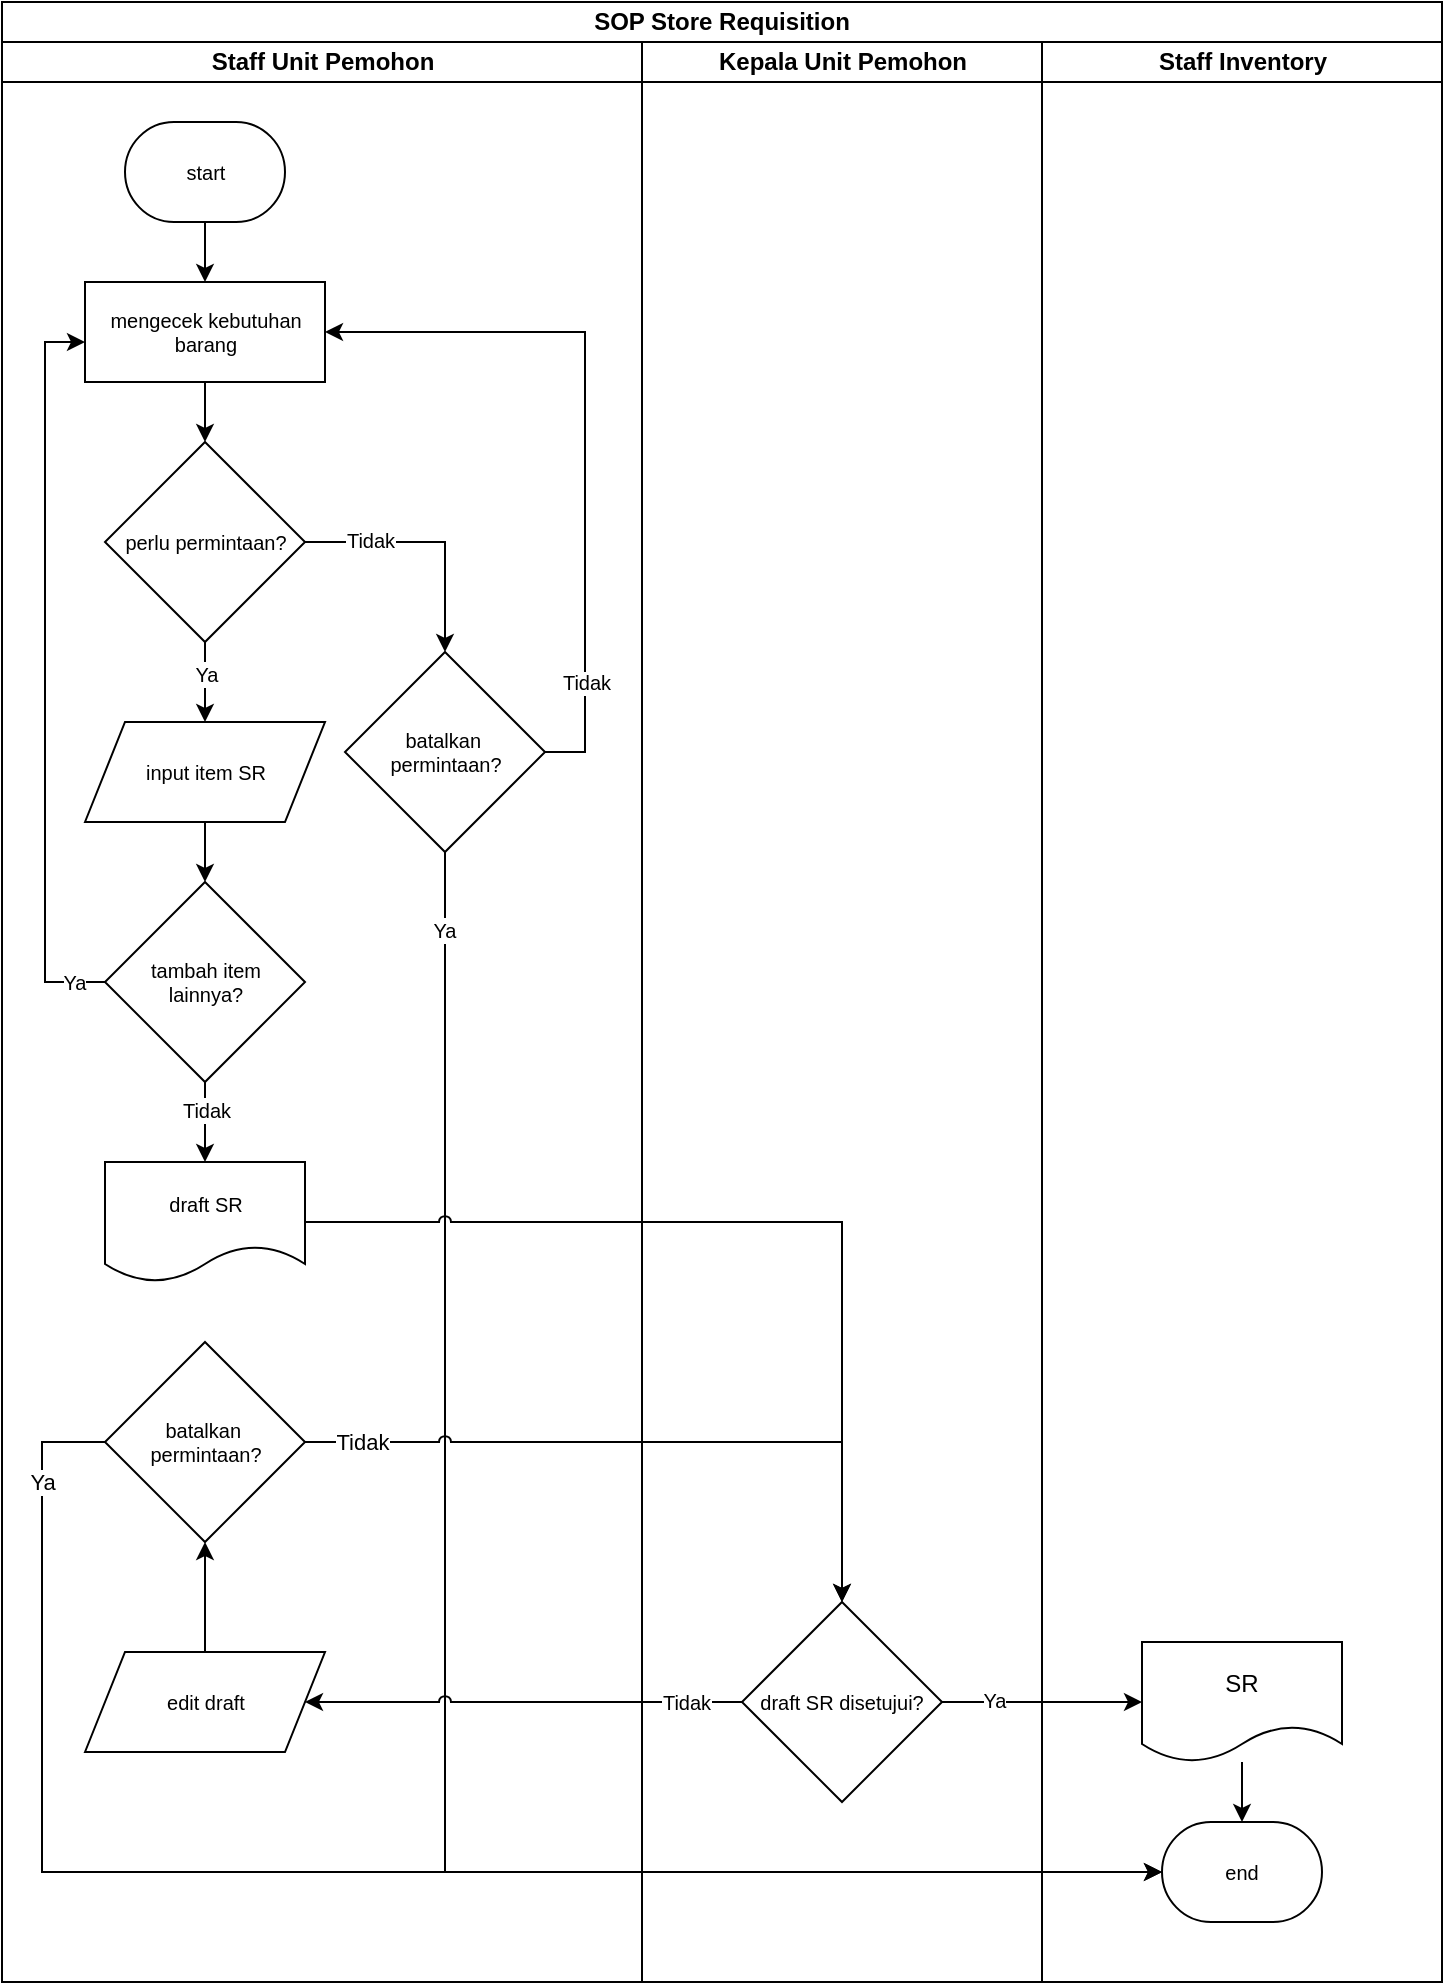
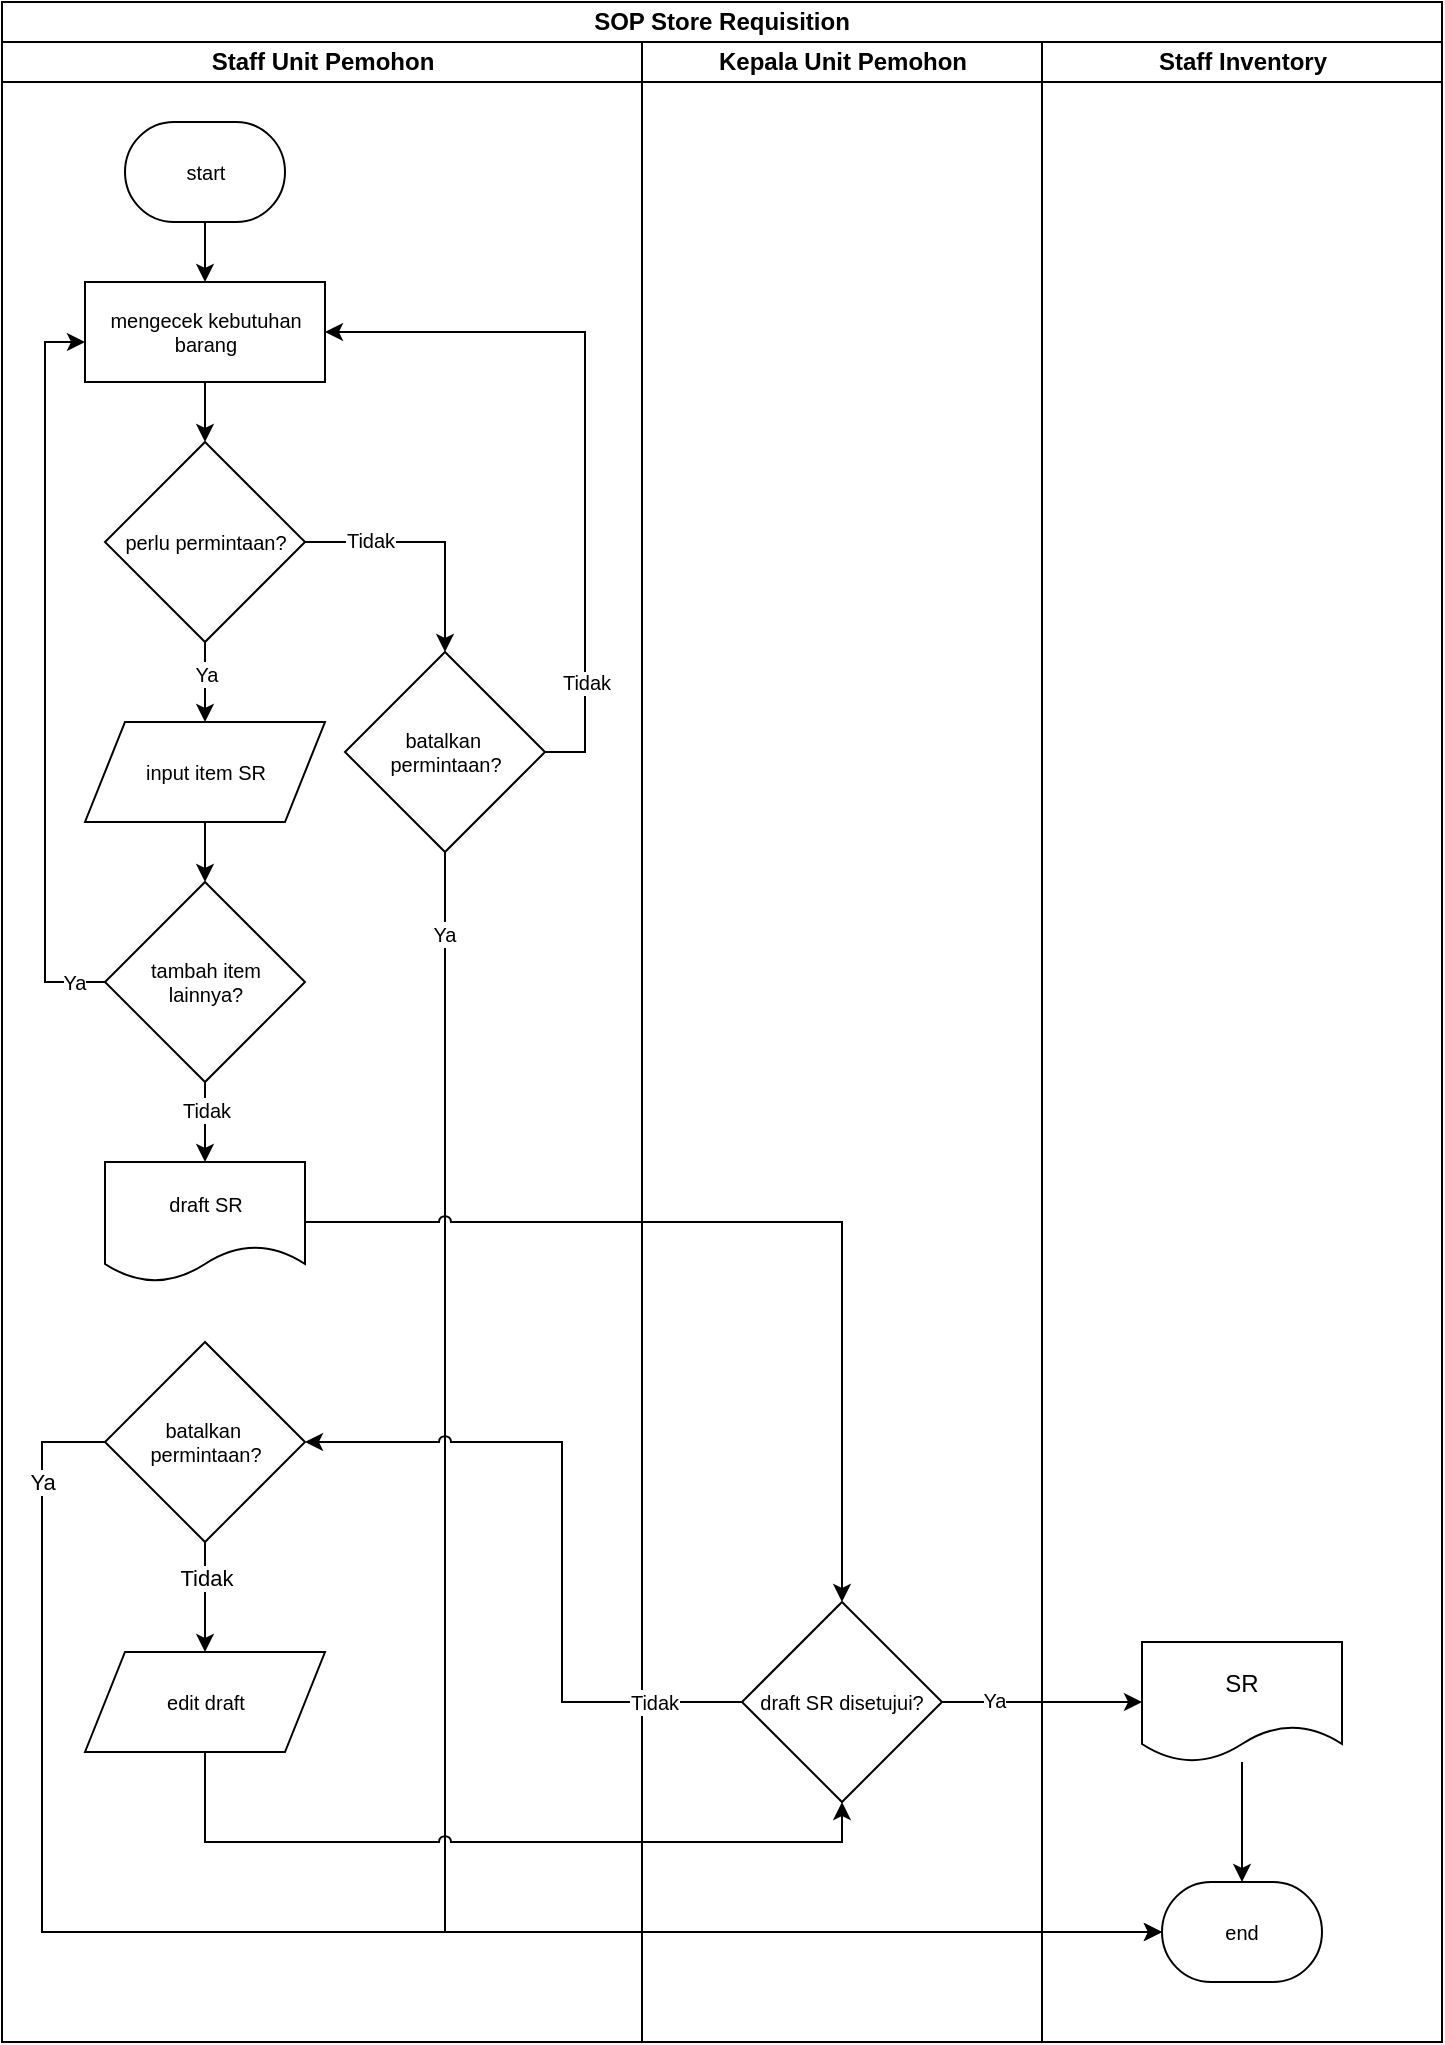
<mxfile host="app.diagrams.net" pages="2">
  <diagram name="SOP SR" id="mYAdajV0IufZudDyt58S">
-     <mxGraphModel dx="673" dy="379" grid="1" gridSize="10" guides="1" tooltips="1" connect="1" arrows="1" fold="1" page="1" pageScale="1" pageWidth="850" pageHeight="1100" math="0" shadow="0">
+     <mxGraphModel dx="1394" dy="786" grid="1" gridSize="10" guides="1" tooltips="1" connect="1" arrows="1" fold="1" page="1" pageScale="1" pageWidth="850" pageHeight="1100" math="0" shadow="0">
      <root>
        <mxCell id="ewqPmyVIHkz6pLOVAfYW-0" />
        <mxCell id="ewqPmyVIHkz6pLOVAfYW-1" parent="ewqPmyVIHkz6pLOVAfYW-0" />
        <mxCell id="ewqPmyVIHkz6pLOVAfYW-2" parent="ewqPmyVIHkz6pLOVAfYW-1" style="swimlane;html=1;childLayout=stackLayout;resizeParent=1;resizeParentMax=0;startSize=20;whiteSpace=wrap;" value="SOP Store Requisition" vertex="1">
-           <mxGeometry height="990" width="720" x="600" y="330" as="geometry">
+           <mxGeometry height="1020" width="720" x="600" y="330" as="geometry">
            <mxRectangle height="30" width="210" x="140" y="110" as="alternateBounds" />
          </mxGeometry>
        </mxCell>
        <mxCell id="ewqPmyVIHkz6pLOVAfYW-3" parent="ewqPmyVIHkz6pLOVAfYW-2" style="swimlane;html=1;startSize=20;" value="Staff Unit Pemohon" vertex="1">
-           <mxGeometry height="970" width="320" y="20" as="geometry" />
+           <mxGeometry height="1000" width="320" y="20" as="geometry" />
        </mxCell>
        <mxCell id="ewqPmyVIHkz6pLOVAfYW-4" parent="ewqPmyVIHkz6pLOVAfYW-3" style="strokeWidth=1;html=1;shape=mxgraph.flowchart.terminator;whiteSpace=wrap;fontSize=10;align=center;horizontal=1;spacing=0;" value="start" vertex="1">
          <mxGeometry height="50" width="80" x="61.5" y="40" as="geometry" />
        </mxCell>
        <mxCell id="ewqPmyVIHkz6pLOVAfYW-5" parent="ewqPmyVIHkz6pLOVAfYW-3" style="rounded=0;whiteSpace=wrap;html=1;absoluteArcSize=1;arcSize=7;strokeWidth=1;fontSize=10;" value="mengecek kebutuhan barang" vertex="1">
          <mxGeometry height="50" width="120" x="41.5" y="120" as="geometry" />
        </mxCell>
        <mxCell id="ewqPmyVIHkz6pLOVAfYW-6" edge="1" parent="ewqPmyVIHkz6pLOVAfYW-3" source="ewqPmyVIHkz6pLOVAfYW-5" style="edgeStyle=orthogonalEdgeStyle;rounded=0;orthogonalLoop=1;jettySize=auto;html=1;" value="">
          <mxGeometry relative="1" as="geometry">
            <mxPoint x="101.5" y="200" as="targetPoint" />
          </mxGeometry>
        </mxCell>
        <mxCell id="ewqPmyVIHkz6pLOVAfYW-7" edge="1" parent="ewqPmyVIHkz6pLOVAfYW-3" source="ewqPmyVIHkz6pLOVAfYW-4" style="edgeStyle=orthogonalEdgeStyle;rounded=0;orthogonalLoop=1;jettySize=auto;html=1;" target="ewqPmyVIHkz6pLOVAfYW-5" value="">
          <mxGeometry relative="1" as="geometry" />
        </mxCell>
        <mxCell id="ewqPmyVIHkz6pLOVAfYW-8" edge="1" parent="ewqPmyVIHkz6pLOVAfYW-3" source="ewqPmyVIHkz6pLOVAfYW-9" style="edgeStyle=orthogonalEdgeStyle;rounded=0;orthogonalLoop=1;jettySize=auto;html=1;entryX=0.5;entryY=0;entryDx=0;entryDy=0;" target="ewqPmyVIHkz6pLOVAfYW-14" value="">
          <mxGeometry relative="1" as="geometry">
            <mxPoint x="101.52564102564111" y="330" as="targetPoint" />
          </mxGeometry>
        </mxCell>
        <mxCell id="OhGSODvtPTQOCyl8h_7D-8" connectable="0" parent="ewqPmyVIHkz6pLOVAfYW-8" style="edgeLabel;html=1;align=center;verticalAlign=middle;resizable=0;points=[];" value="&lt;font style=&quot;font-size: 10px;&quot;&gt;Ya&lt;/font&gt;" vertex="1">
          <mxGeometry relative="1" x="-0.6444" y="-1" as="geometry">
            <mxPoint x="1" y="9" as="offset" />
          </mxGeometry>
        </mxCell>
        <mxCell id="ewqPmyVIHkz6pLOVAfYW-9" parent="ewqPmyVIHkz6pLOVAfYW-3" style="rhombus;whiteSpace=wrap;html=1;fontSize=10;" value="perlu permintaan?" vertex="1">
          <mxGeometry height="100" width="100" x="51.5" y="200" as="geometry" />
        </mxCell>
        <mxCell id="ewqPmyVIHkz6pLOVAfYW-10" edge="1" parent="ewqPmyVIHkz6pLOVAfYW-3" source="ewqPmyVIHkz6pLOVAfYW-14" style="edgeStyle=orthogonalEdgeStyle;rounded=0;orthogonalLoop=1;jettySize=auto;html=1;" target="ewqPmyVIHkz6pLOVAfYW-13" value="">
          <mxGeometry relative="1" as="geometry">
            <Array as="points" />
            <mxPoint x="101.5" y="380" as="sourcePoint" />
          </mxGeometry>
        </mxCell>
        <mxCell id="ewqPmyVIHkz6pLOVAfYW-11" edge="1" parent="ewqPmyVIHkz6pLOVAfYW-3" source="ewqPmyVIHkz6pLOVAfYW-13" style="edgeStyle=orthogonalEdgeStyle;rounded=0;orthogonalLoop=1;jettySize=auto;html=1;" target="ewqPmyVIHkz6pLOVAfYW-5">
          <mxGeometry relative="1" as="geometry">
            <Array as="points">
              <mxPoint x="21.5" y="470" />
              <mxPoint x="21.5" y="150" />
            </Array>
            <mxPoint x="101.5" y="110" as="targetPoint" />
          </mxGeometry>
        </mxCell>
        <mxCell id="OhGSODvtPTQOCyl8h_7D-11" connectable="0" parent="ewqPmyVIHkz6pLOVAfYW-11" style="edgeLabel;html=1;align=center;verticalAlign=middle;resizable=0;points=[];" value="&lt;font style=&quot;font-size: 10px;&quot;&gt;Ya&lt;/font&gt;" vertex="1">
          <mxGeometry relative="1" x="-0.913" as="geometry">
            <mxPoint as="offset" />
          </mxGeometry>
        </mxCell>
        <mxCell id="ewqPmyVIHkz6pLOVAfYW-12" edge="1" parent="ewqPmyVIHkz6pLOVAfYW-3" source="ewqPmyVIHkz6pLOVAfYW-13" style="edgeStyle=orthogonalEdgeStyle;rounded=0;orthogonalLoop=1;jettySize=auto;html=1;entryX=0.5;entryY=0;entryDx=0;entryDy=0;" target="ewqPmyVIHkz6pLOVAfYW-15" value="">
          <mxGeometry relative="1" as="geometry">
            <mxPoint x="101.5" y="550" as="targetPoint" />
          </mxGeometry>
        </mxCell>
        <mxCell id="OhGSODvtPTQOCyl8h_7D-13" connectable="0" parent="ewqPmyVIHkz6pLOVAfYW-12" style="edgeLabel;html=1;align=center;verticalAlign=middle;resizable=0;points=[];" value="&lt;font style=&quot;font-size: 10px;&quot;&gt;Tidak&lt;/font&gt;" vertex="1">
          <mxGeometry relative="1" x="-0.49" y="-1" as="geometry">
            <mxPoint x="1" y="4" as="offset" />
          </mxGeometry>
        </mxCell>
        <mxCell id="ewqPmyVIHkz6pLOVAfYW-13" parent="ewqPmyVIHkz6pLOVAfYW-3" style="rhombus;whiteSpace=wrap;html=1;fontSize=10;" value="tambah item&lt;div&gt;lainnya?&lt;/div&gt;" vertex="1">
          <mxGeometry height="100" width="100" x="51.5" y="420" as="geometry" />
        </mxCell>
        <mxCell id="ewqPmyVIHkz6pLOVAfYW-14" parent="ewqPmyVIHkz6pLOVAfYW-3" style="shape=parallelogram;perimeter=parallelogramPerimeter;whiteSpace=wrap;html=1;fixedSize=1;" value="&lt;div style=&quot;&quot;&gt;&lt;span style=&quot;font-size: 10px;&quot;&gt;input item SR&lt;/span&gt;&lt;/div&gt;" vertex="1">
          <mxGeometry height="50" width="120" x="41.5" y="340" as="geometry" />
        </mxCell>
        <mxCell id="ewqPmyVIHkz6pLOVAfYW-15" parent="ewqPmyVIHkz6pLOVAfYW-3" style="shape=document;whiteSpace=wrap;html=1;boundedLbl=1;" value="&lt;font style=&quot;font-size: 10px;&quot;&gt;draft SR&lt;/font&gt;" vertex="1">
          <mxGeometry height="60" width="100" x="51.5" y="560" as="geometry" />
        </mxCell>
        <mxCell id="ewqPmyVIHkz6pLOVAfYW-18" edge="1" parent="ewqPmyVIHkz6pLOVAfYW-3" source="ewqPmyVIHkz6pLOVAfYW-9" style="edgeStyle=orthogonalEdgeStyle;rounded=0;orthogonalLoop=1;jettySize=auto;html=1;" target="ewqPmyVIHkz6pLOVAfYW-20">
          <mxGeometry relative="1" as="geometry">
            <Array as="points">
              <mxPoint x="221.5" y="250" />
            </Array>
          </mxGeometry>
        </mxCell>
        <mxCell id="OhGSODvtPTQOCyl8h_7D-7" connectable="0" parent="ewqPmyVIHkz6pLOVAfYW-18" style="edgeLabel;html=1;align=center;verticalAlign=middle;resizable=0;points=[];" value="&lt;span style=&quot;font-size: 10px; white-space: normal;&quot;&gt;Tidak&lt;/span&gt;" vertex="1">
          <mxGeometry relative="1" x="-0.4896" y="1" as="geometry">
            <mxPoint as="offset" />
          </mxGeometry>
        </mxCell>
        <mxCell id="ewqPmyVIHkz6pLOVAfYW-19" edge="1" parent="ewqPmyVIHkz6pLOVAfYW-3" source="ewqPmyVIHkz6pLOVAfYW-20" style="edgeStyle=orthogonalEdgeStyle;rounded=0;orthogonalLoop=1;jettySize=auto;html=1;" target="ewqPmyVIHkz6pLOVAfYW-5">
          <mxGeometry relative="1" as="geometry">
            <Array as="points">
              <mxPoint x="291.5" y="355" />
              <mxPoint x="291.5" y="145" />
            </Array>
          </mxGeometry>
        </mxCell>
        <mxCell id="OhGSODvtPTQOCyl8h_7D-6" connectable="0" parent="ewqPmyVIHkz6pLOVAfYW-19" style="edgeLabel;html=1;align=center;verticalAlign=middle;resizable=0;points=[];fontSize=10;" value="Tidak" vertex="1">
          <mxGeometry relative="1" x="-0.5585" as="geometry">
            <mxPoint y="24" as="offset" />
          </mxGeometry>
        </mxCell>
        <mxCell id="ewqPmyVIHkz6pLOVAfYW-20" parent="ewqPmyVIHkz6pLOVAfYW-3" style="rhombus;whiteSpace=wrap;html=1;fontSize=10;" value="batalkan&amp;nbsp;&lt;div&gt;permintaan?&lt;/div&gt;" vertex="1">
          <mxGeometry height="100" width="100" x="171.5" y="305" as="geometry" />
        </mxCell>
+         <mxCell id="OhGSODvtPTQOCyl8h_7D-17" edge="1" parent="ewqPmyVIHkz6pLOVAfYW-3" source="OhGSODvtPTQOCyl8h_7D-0" style="edgeStyle=orthogonalEdgeStyle;rounded=0;orthogonalLoop=1;jettySize=auto;html=1;entryX=0.5;entryY=0;entryDx=0;entryDy=0;" target="ewqPmyVIHkz6pLOVAfYW-17">
+           <mxGeometry relative="1" as="geometry" />
+         </mxCell>
+         <mxCell id="OhGSODvtPTQOCyl8h_7D-18" connectable="0" parent="OhGSODvtPTQOCyl8h_7D-17" style="edgeLabel;html=1;align=center;verticalAlign=middle;resizable=0;points=[];" value="Tidak" vertex="1">
+           <mxGeometry relative="1" x="-0.3527" as="geometry">
+             <mxPoint as="offset" />
+           </mxGeometry>
+         </mxCell>
        <mxCell id="OhGSODvtPTQOCyl8h_7D-0" parent="ewqPmyVIHkz6pLOVAfYW-3" style="rhombus;whiteSpace=wrap;html=1;fontSize=10;" value="batalkan&amp;nbsp;&lt;div&gt;permintaan?&lt;/div&gt;" vertex="1">
          <mxGeometry height="100" width="100" x="51.5" y="650" as="geometry" />
        </mxCell>
-         <mxCell id="ewqPmyVIHkz6pLOVAfYW-16" edge="1" parent="ewqPmyVIHkz6pLOVAfYW-3" source="ewqPmyVIHkz6pLOVAfYW-17" style="edgeStyle=orthogonalEdgeStyle;rounded=0;orthogonalLoop=1;jettySize=auto;html=1;entryX=0.5;entryY=1;entryDx=0;entryDy=0;" target="OhGSODvtPTQOCyl8h_7D-0" value="">
-           <mxGeometry relative="1" as="geometry">
-             <mxPoint x="131.5" y="770" as="targetPoint" />
-           </mxGeometry>
-         </mxCell>
        <mxCell id="ewqPmyVIHkz6pLOVAfYW-17" parent="ewqPmyVIHkz6pLOVAfYW-3" style="shape=parallelogram;perimeter=parallelogramPerimeter;whiteSpace=wrap;html=1;fixedSize=1;" value="&lt;span style=&quot;font-size: 10px;&quot;&gt;edit draft&lt;/span&gt;" vertex="1">
          <mxGeometry height="50" width="120" x="41.5" y="805" as="geometry" />
        </mxCell>
        <mxCell id="ewqPmyVIHkz6pLOVAfYW-27" parent="ewqPmyVIHkz6pLOVAfYW-2" style="swimlane;html=1;startSize=20;" value="Kepala Unit Pemohon" vertex="1">
-           <mxGeometry height="970" width="200" x="320" y="20" as="geometry" />
+           <mxGeometry height="1000" width="200" x="320" y="20" as="geometry" />
        </mxCell>
        <mxCell id="ewqPmyVIHkz6pLOVAfYW-31" parent="ewqPmyVIHkz6pLOVAfYW-2" style="swimlane;html=1;startSize=20;" value="Staff Inventory" vertex="1">
-           <mxGeometry height="970" width="200" x="520" y="20" as="geometry">
+           <mxGeometry height="1000" width="200" x="520" y="20" as="geometry">
            <mxRectangle height="810" width="40" x="490" y="20" as="alternateBounds" />
          </mxGeometry>
        </mxCell>
        <mxCell id="ewqPmyVIHkz6pLOVAfYW-28" parent="ewqPmyVIHkz6pLOVAfYW-31" style="rhombus;whiteSpace=wrap;html=1;fontSize=10;" value="draft SR disetujui?" vertex="1">
          <mxGeometry height="100" width="100" x="-150" y="780" as="geometry" />
        </mxCell>
        <mxCell id="ewqPmyVIHkz6pLOVAfYW-32" edge="1" parent="ewqPmyVIHkz6pLOVAfYW-31" source="ewqPmyVIHkz6pLOVAfYW-33" style="edgeStyle=orthogonalEdgeStyle;rounded=0;orthogonalLoop=1;jettySize=auto;html=1;" target="ewqPmyVIHkz6pLOVAfYW-34" value="">
          <mxGeometry relative="1" as="geometry" />
        </mxCell>
        <mxCell id="ewqPmyVIHkz6pLOVAfYW-33" parent="ewqPmyVIHkz6pLOVAfYW-31" style="shape=document;whiteSpace=wrap;html=1;boundedLbl=1;" value="SR" vertex="1">
          <mxGeometry height="60" width="100" x="50" y="800" as="geometry" />
        </mxCell>
        <mxCell id="ewqPmyVIHkz6pLOVAfYW-34" parent="ewqPmyVIHkz6pLOVAfYW-31" style="strokeWidth=1;html=1;shape=mxgraph.flowchart.terminator;whiteSpace=wrap;fontSize=10;align=center;horizontal=1;spacing=0;" value="end" vertex="1">
-           <mxGeometry height="50" width="80" x="60" y="890" as="geometry" />
+           <mxGeometry height="50" width="80" x="60" y="920" as="geometry" />
        </mxCell>
        <mxCell id="ewqPmyVIHkz6pLOVAfYW-36" edge="1" parent="ewqPmyVIHkz6pLOVAfYW-31" source="ewqPmyVIHkz6pLOVAfYW-28" style="edgeStyle=orthogonalEdgeStyle;rounded=0;orthogonalLoop=1;jettySize=auto;html=1;" target="ewqPmyVIHkz6pLOVAfYW-33" value="">
          <mxGeometry relative="1" as="geometry" />
        </mxCell>
        <mxCell id="OhGSODvtPTQOCyl8h_7D-15" connectable="0" parent="ewqPmyVIHkz6pLOVAfYW-36" style="edgeLabel;html=1;align=center;verticalAlign=middle;resizable=0;points=[];" value="&lt;font style=&quot;font-size: 10px;&quot;&gt;Ya&lt;/font&gt;" vertex="1">
          <mxGeometry relative="1" x="-0.479" y="1" as="geometry">
            <mxPoint as="offset" />
          </mxGeometry>
        </mxCell>
        <mxCell id="ewqPmyVIHkz6pLOVAfYW-38" edge="1" parent="ewqPmyVIHkz6pLOVAfYW-2" source="ewqPmyVIHkz6pLOVAfYW-20" style="edgeStyle=orthogonalEdgeStyle;rounded=0;orthogonalLoop=1;jettySize=auto;html=1;jumpStyle=arc;" target="ewqPmyVIHkz6pLOVAfYW-34">
          <mxGeometry relative="1" as="geometry">
            <Array as="points">
-               <mxPoint x="222" y="935" />
+               <mxPoint x="222" y="965" />
            </Array>
          </mxGeometry>
        </mxCell>
        <mxCell id="OhGSODvtPTQOCyl8h_7D-10" connectable="0" parent="ewqPmyVIHkz6pLOVAfYW-38" style="edgeLabel;html=1;align=center;verticalAlign=middle;resizable=0;points=[];" value="&lt;font style=&quot;font-size: 10px;&quot;&gt;Ya&lt;/font&gt;" vertex="1">
          <mxGeometry relative="1" x="-0.9101" y="-1" as="geometry">
            <mxPoint as="offset" />
          </mxGeometry>
        </mxCell>
-         <mxCell id="ewqPmyVIHkz6pLOVAfYW-35" edge="1" parent="ewqPmyVIHkz6pLOVAfYW-2" source="OhGSODvtPTQOCyl8h_7D-0" style="edgeStyle=orthogonalEdgeStyle;rounded=0;orthogonalLoop=1;jettySize=auto;html=1;exitX=1;exitY=0.5;exitDx=0;exitDy=0;jumpStyle=arc;" target="ewqPmyVIHkz6pLOVAfYW-28">
-           <mxGeometry relative="1" as="geometry">
-             <mxPoint x="170" y="760" as="sourcePoint" />
-           </mxGeometry>
-         </mxCell>
-         <mxCell id="OhGSODvtPTQOCyl8h_7D-3" connectable="0" parent="ewqPmyVIHkz6pLOVAfYW-35" style="edgeLabel;html=1;align=center;verticalAlign=middle;resizable=0;points=[];" value="Tidak" vertex="1">
-           <mxGeometry relative="1" x="-0.7504" y="-1" as="geometry">
-             <mxPoint x="-15" y="-1" as="offset" />
-           </mxGeometry>
-         </mxCell>
        <mxCell id="OhGSODvtPTQOCyl8h_7D-1" edge="1" parent="ewqPmyVIHkz6pLOVAfYW-2" source="OhGSODvtPTQOCyl8h_7D-0" style="edgeStyle=orthogonalEdgeStyle;rounded=0;orthogonalLoop=1;jettySize=auto;html=1;entryX=0;entryY=0.5;entryDx=0;entryDy=0;entryPerimeter=0;jumpStyle=arc;" target="ewqPmyVIHkz6pLOVAfYW-34">
          <mxGeometry relative="1" as="geometry">
            <Array as="points">
              <mxPoint x="20" y="720" />
-               <mxPoint x="20" y="935" />
+               <mxPoint x="20" y="965" />
            </Array>
          </mxGeometry>
        </mxCell>
        <mxCell id="OhGSODvtPTQOCyl8h_7D-2" connectable="0" parent="OhGSODvtPTQOCyl8h_7D-1" style="edgeLabel;html=1;align=center;verticalAlign=middle;resizable=0;points=[];" value="Ya" vertex="1">
          <mxGeometry relative="1" x="-0.9591" y="-1" as="geometry">
            <mxPoint x="-15" y="21" as="offset" />
          </mxGeometry>
        </mxCell>
-         <mxCell id="ewqPmyVIHkz6pLOVAfYW-37" edge="1" parent="ewqPmyVIHkz6pLOVAfYW-2" source="ewqPmyVIHkz6pLOVAfYW-28" style="edgeStyle=orthogonalEdgeStyle;rounded=0;orthogonalLoop=1;jettySize=auto;html=1;jumpStyle=arc;" target="ewqPmyVIHkz6pLOVAfYW-17">
-           <mxGeometry relative="1" as="geometry">
-             <Array as="points" />
-             <mxPoint x="130" y="850" as="targetPoint" />
+         <mxCell id="ewqPmyVIHkz6pLOVAfYW-37" edge="1" parent="ewqPmyVIHkz6pLOVAfYW-2" source="ewqPmyVIHkz6pLOVAfYW-28" style="edgeStyle=orthogonalEdgeStyle;rounded=0;orthogonalLoop=1;jettySize=auto;html=1;jumpStyle=arc;entryX=1;entryY=0.5;entryDx=0;entryDy=0;" target="OhGSODvtPTQOCyl8h_7D-0">
+           <mxGeometry relative="1" as="geometry">
+             <Array as="points">
+               <mxPoint x="280" y="850" />
+               <mxPoint x="280" y="720" />
+             </Array>
+             <mxPoint x="260" y="770" as="targetPoint" />
          </mxGeometry>
        </mxCell>
        <mxCell id="OhGSODvtPTQOCyl8h_7D-14" connectable="0" parent="ewqPmyVIHkz6pLOVAfYW-37" style="edgeLabel;html=1;align=center;verticalAlign=middle;resizable=0;points=[];" value="&lt;font style=&quot;font-size: 10px;&quot;&gt;Tidak&lt;/font&gt;" vertex="1">
          <mxGeometry relative="1" x="-0.7459" as="geometry">
            <mxPoint as="offset" />
          </mxGeometry>
        </mxCell>
        <mxCell id="OhGSODvtPTQOCyl8h_7D-16" edge="1" parent="ewqPmyVIHkz6pLOVAfYW-2" source="ewqPmyVIHkz6pLOVAfYW-15" style="edgeStyle=orthogonalEdgeStyle;rounded=0;orthogonalLoop=1;jettySize=auto;html=1;entryX=0.5;entryY=0;entryDx=0;entryDy=0;jumpStyle=arc;" target="ewqPmyVIHkz6pLOVAfYW-28">
          <mxGeometry relative="1" as="geometry" />
+         </mxCell>
+         <mxCell id="OhGSODvtPTQOCyl8h_7D-19" edge="1" parent="ewqPmyVIHkz6pLOVAfYW-2" source="ewqPmyVIHkz6pLOVAfYW-17" style="edgeStyle=orthogonalEdgeStyle;rounded=0;orthogonalLoop=1;jettySize=auto;html=1;entryX=0.5;entryY=1;entryDx=0;entryDy=0;jumpStyle=arc;" target="ewqPmyVIHkz6pLOVAfYW-28">
+           <mxGeometry relative="1" as="geometry">
+             <Array as="points">
+               <mxPoint x="102" y="920" />
+               <mxPoint x="420" y="920" />
+             </Array>
+           </mxGeometry>
        </mxCell>
      </root>
    </mxGraphModel>
  </diagram>
  <diagram name="SOP PR" id="-7YdF_Z_4hD_neaPn9do">
    <mxGraphModel dx="849" dy="478" grid="1" gridSize="10" guides="1" tooltips="1" connect="1" arrows="1" fold="1" page="1" pageScale="1" pageWidth="850" pageHeight="1100" math="0" shadow="0">
      <root>
        <mxCell id="0" />
        <mxCell id="1" parent="0" />
        <mxCell id="FgAdxiRBUQnmOL_wIOqZ-3" parent="1" style="swimlane;html=1;childLayout=stackLayout;resizeParent=1;resizeParentMax=0;startSize=20;whiteSpace=wrap;" value="SOP Purchase Requisition" vertex="1">
          <mxGeometry height="830" width="690" x="610" y="360" as="geometry">
            <mxRectangle height="30" width="210" x="140" y="110" as="alternateBounds" />
          </mxGeometry>
        </mxCell>
        <mxCell id="FgAdxiRBUQnmOL_wIOqZ-4" parent="FgAdxiRBUQnmOL_wIOqZ-3" style="swimlane;html=1;startSize=20;" value="Staff Inventory" vertex="1">
          <mxGeometry height="810" width="290" y="20" as="geometry" />
        </mxCell>
        <mxCell id="FgAdxiRBUQnmOL_wIOqZ-5" parent="FgAdxiRBUQnmOL_wIOqZ-4" style="strokeWidth=1;html=1;shape=mxgraph.flowchart.terminator;whiteSpace=wrap;fontSize=10;align=center;horizontal=1;spacing=0;" value="start" vertex="1">
          <mxGeometry height="50" width="80" x="50" y="40" as="geometry" />
        </mxCell>
        <mxCell id="FgAdxiRBUQnmOL_wIOqZ-6" parent="FgAdxiRBUQnmOL_wIOqZ-4" style="rounded=0;whiteSpace=wrap;html=1;absoluteArcSize=1;arcSize=7;strokeWidth=1;fontSize=10;" value="mengecek stok&lt;div&gt;barang&lt;/div&gt;" vertex="1">
          <mxGeometry height="50" width="120" x="30" y="120" as="geometry" />
        </mxCell>
        <mxCell id="FgAdxiRBUQnmOL_wIOqZ-7" edge="1" parent="FgAdxiRBUQnmOL_wIOqZ-4" source="FgAdxiRBUQnmOL_wIOqZ-6" style="edgeStyle=orthogonalEdgeStyle;rounded=0;orthogonalLoop=1;jettySize=auto;html=1;" value="">
          <mxGeometry relative="1" as="geometry">
            <mxPoint x="90" y="200" as="targetPoint" />
          </mxGeometry>
        </mxCell>
        <mxCell id="FgAdxiRBUQnmOL_wIOqZ-8" edge="1" parent="FgAdxiRBUQnmOL_wIOqZ-4" source="FgAdxiRBUQnmOL_wIOqZ-5" style="edgeStyle=orthogonalEdgeStyle;rounded=0;orthogonalLoop=1;jettySize=auto;html=1;" target="FgAdxiRBUQnmOL_wIOqZ-6" value="">
          <mxGeometry relative="1" as="geometry" />
        </mxCell>
        <mxCell id="FgAdxiRBUQnmOL_wIOqZ-9" edge="1" parent="FgAdxiRBUQnmOL_wIOqZ-4" source="FgAdxiRBUQnmOL_wIOqZ-10" style="edgeStyle=orthogonalEdgeStyle;rounded=0;orthogonalLoop=1;jettySize=auto;html=1;" value="">
          <mxGeometry relative="1" as="geometry">
            <mxPoint x="90.02564102564111" y="330" as="targetPoint" />
          </mxGeometry>
        </mxCell>
        <mxCell id="FgAdxiRBUQnmOL_wIOqZ-10" parent="FgAdxiRBUQnmOL_wIOqZ-4" style="rhombus;whiteSpace=wrap;html=1;fontSize=10;" value="perlu&lt;div&gt;pengadaan?&lt;/div&gt;" vertex="1">
          <mxGeometry height="100" width="100" x="40" y="200" as="geometry" />
        </mxCell>
        <mxCell id="FgAdxiRBUQnmOL_wIOqZ-11" edge="1" parent="FgAdxiRBUQnmOL_wIOqZ-4" source="FgAdxiRBUQnmOL_wIOqZ-15" style="edgeStyle=orthogonalEdgeStyle;rounded=0;orthogonalLoop=1;jettySize=auto;html=1;" target="FgAdxiRBUQnmOL_wIOqZ-14" value="">
          <mxGeometry relative="1" as="geometry">
            <Array as="points" />
            <mxPoint x="90" y="380" as="sourcePoint" />
          </mxGeometry>
        </mxCell>
        <mxCell id="FgAdxiRBUQnmOL_wIOqZ-12" edge="1" parent="FgAdxiRBUQnmOL_wIOqZ-4" source="FgAdxiRBUQnmOL_wIOqZ-14" style="edgeStyle=orthogonalEdgeStyle;rounded=0;orthogonalLoop=1;jettySize=auto;html=1;" target="FgAdxiRBUQnmOL_wIOqZ-6">
          <mxGeometry relative="1" as="geometry">
            <Array as="points">
              <mxPoint x="10" y="470" />
              <mxPoint x="10" y="150" />
            </Array>
            <mxPoint x="90" y="110" as="targetPoint" />
          </mxGeometry>
        </mxCell>
        <mxCell id="FgAdxiRBUQnmOL_wIOqZ-13" edge="1" parent="FgAdxiRBUQnmOL_wIOqZ-4" source="FgAdxiRBUQnmOL_wIOqZ-14" style="edgeStyle=orthogonalEdgeStyle;rounded=0;orthogonalLoop=1;jettySize=auto;html=1;" value="">
          <mxGeometry relative="1" as="geometry">
            <mxPoint x="90" y="550" as="targetPoint" />
          </mxGeometry>
        </mxCell>
        <mxCell id="FgAdxiRBUQnmOL_wIOqZ-14" parent="FgAdxiRBUQnmOL_wIOqZ-4" style="rhombus;whiteSpace=wrap;html=1;fontSize=10;" value="tambah item&lt;div&gt;lainnya?&lt;/div&gt;" vertex="1">
          <mxGeometry height="100" width="100" x="40" y="420" as="geometry" />
        </mxCell>
        <mxCell id="FgAdxiRBUQnmOL_wIOqZ-15" parent="FgAdxiRBUQnmOL_wIOqZ-4" style="shape=parallelogram;perimeter=parallelogramPerimeter;whiteSpace=wrap;html=1;fixedSize=1;" value="&lt;div style=&quot;font-size: 10px;&quot;&gt;&lt;font style=&quot;font-size: 10px;&quot;&gt;input&lt;/font&gt;&lt;/div&gt;&lt;div style=&quot;font-size: 10px;&quot;&gt;&lt;font style=&quot;font-size: 10px;&quot;&gt;item PR&lt;/font&gt;&lt;/div&gt;" vertex="1">
          <mxGeometry height="50" width="120" x="30" y="330" as="geometry" />
        </mxCell>
        <mxCell id="FgAdxiRBUQnmOL_wIOqZ-16" parent="FgAdxiRBUQnmOL_wIOqZ-4" style="shape=document;whiteSpace=wrap;html=1;boundedLbl=1;" value="&lt;font style=&quot;font-size: 10px;&quot;&gt;draft PR&lt;/font&gt;" vertex="1">
          <mxGeometry height="60" width="100" x="40" y="550" as="geometry" />
        </mxCell>
        <mxCell id="FgAdxiRBUQnmOL_wIOqZ-17" edge="1" parent="FgAdxiRBUQnmOL_wIOqZ-4" source="FgAdxiRBUQnmOL_wIOqZ-18" style="edgeStyle=orthogonalEdgeStyle;rounded=0;orthogonalLoop=1;jettySize=auto;html=1;" target="FgAdxiRBUQnmOL_wIOqZ-16" value="">
          <mxGeometry relative="1" as="geometry" />
        </mxCell>
        <mxCell id="FgAdxiRBUQnmOL_wIOqZ-18" parent="FgAdxiRBUQnmOL_wIOqZ-4" style="shape=parallelogram;perimeter=parallelogramPerimeter;whiteSpace=wrap;html=1;fixedSize=1;" value="&lt;span style=&quot;font-size: 10px;&quot;&gt;edit draft&lt;/span&gt;" vertex="1">
          <mxGeometry height="50" width="120" x="30" y="645" as="geometry" />
        </mxCell>
        <mxCell id="FgAdxiRBUQnmOL_wIOqZ-19" edge="1" parent="FgAdxiRBUQnmOL_wIOqZ-4" source="FgAdxiRBUQnmOL_wIOqZ-10" style="edgeStyle=orthogonalEdgeStyle;rounded=0;orthogonalLoop=1;jettySize=auto;html=1;" target="FgAdxiRBUQnmOL_wIOqZ-21">
          <mxGeometry relative="1" as="geometry">
            <Array as="points">
              <mxPoint x="210" y="250" />
            </Array>
          </mxGeometry>
        </mxCell>
        <mxCell id="FgAdxiRBUQnmOL_wIOqZ-20" edge="1" parent="FgAdxiRBUQnmOL_wIOqZ-4" source="FgAdxiRBUQnmOL_wIOqZ-21" style="edgeStyle=orthogonalEdgeStyle;rounded=0;orthogonalLoop=1;jettySize=auto;html=1;" target="FgAdxiRBUQnmOL_wIOqZ-6">
          <mxGeometry relative="1" as="geometry">
            <Array as="points">
              <mxPoint x="280" y="355" />
              <mxPoint x="280" y="145" />
            </Array>
          </mxGeometry>
        </mxCell>
        <mxCell id="FgAdxiRBUQnmOL_wIOqZ-21" parent="FgAdxiRBUQnmOL_wIOqZ-4" style="rhombus;whiteSpace=wrap;html=1;fontSize=10;" value="batalkan&lt;div&gt;pengadaan?&lt;/div&gt;" vertex="1">
          <mxGeometry height="100" width="100" x="160" y="305" as="geometry" />
        </mxCell>
        <mxCell id="FgAdxiRBUQnmOL_wIOqZ-22" parent="FgAdxiRBUQnmOL_wIOqZ-4" style="text;html=1;align=center;verticalAlign=middle;whiteSpace=wrap;rounded=0;" value="&lt;font style=&quot;font-size: 10px;&quot;&gt;tidak&lt;/font&gt;" vertex="1">
          <mxGeometry height="30" width="60" x="120" y="228" as="geometry" />
        </mxCell>
        <mxCell id="FgAdxiRBUQnmOL_wIOqZ-23" parent="FgAdxiRBUQnmOL_wIOqZ-4" style="text;html=1;align=center;verticalAlign=middle;whiteSpace=wrap;rounded=0;" value="&lt;font style=&quot;font-size: 10px;&quot;&gt;ya&lt;/font&gt;" vertex="1">
          <mxGeometry height="30" width="60" x="70" y="290" as="geometry" />
        </mxCell>
        <mxCell id="FgAdxiRBUQnmOL_wIOqZ-24" parent="FgAdxiRBUQnmOL_wIOqZ-4" style="text;html=1;align=center;verticalAlign=middle;whiteSpace=wrap;rounded=0;" value="&lt;font style=&quot;font-size: 10px;&quot;&gt;tidak&lt;/font&gt;" vertex="1">
          <mxGeometry height="30" width="60" x="237" y="330" as="geometry" />
        </mxCell>
        <mxCell id="FgAdxiRBUQnmOL_wIOqZ-25" parent="FgAdxiRBUQnmOL_wIOqZ-4" style="text;html=1;align=center;verticalAlign=middle;whiteSpace=wrap;rounded=0;" value="&lt;font style=&quot;font-size: 10px;&quot;&gt;ya&lt;/font&gt;" vertex="1">
          <mxGeometry height="30" width="60" x="190" y="390" as="geometry" />
        </mxCell>
        <mxCell id="FgAdxiRBUQnmOL_wIOqZ-26" parent="FgAdxiRBUQnmOL_wIOqZ-4" style="text;html=1;align=center;verticalAlign=middle;whiteSpace=wrap;rounded=0;" value="&lt;font style=&quot;font-size: 10px;&quot;&gt;tidak&lt;/font&gt;" vertex="1">
          <mxGeometry height="30" width="60" x="80" y="510" as="geometry" />
        </mxCell>
        <mxCell id="FgAdxiRBUQnmOL_wIOqZ-27" parent="FgAdxiRBUQnmOL_wIOqZ-4" style="text;html=1;align=center;verticalAlign=middle;whiteSpace=wrap;rounded=0;" value="&lt;font style=&quot;font-size: 10px;&quot;&gt;ya&lt;/font&gt;" vertex="1">
          <mxGeometry height="30" width="60" y="440" as="geometry" />
        </mxCell>
        <mxCell id="FgAdxiRBUQnmOL_wIOqZ-28" parent="FgAdxiRBUQnmOL_wIOqZ-3" style="swimlane;html=1;startSize=20;" value="Kepala Inventory" vertex="1">
          <mxGeometry height="810" width="200" x="290" y="20" as="geometry" />
        </mxCell>
        <mxCell id="FgAdxiRBUQnmOL_wIOqZ-29" parent="FgAdxiRBUQnmOL_wIOqZ-28" style="rhombus;whiteSpace=wrap;html=1;fontSize=10;" value="draft PR&lt;div&gt;disetujui?&lt;/div&gt;" vertex="1">
          <mxGeometry height="100" width="100" x="50" y="620" as="geometry" />
        </mxCell>
        <mxCell id="FgAdxiRBUQnmOL_wIOqZ-30" parent="FgAdxiRBUQnmOL_wIOqZ-28" style="text;html=1;align=center;verticalAlign=middle;whiteSpace=wrap;rounded=0;" value="&lt;font style=&quot;font-size: 10px;&quot;&gt;tidak&lt;/font&gt;" vertex="1">
          <mxGeometry height="30" width="60" x="10" y="640" as="geometry" />
        </mxCell>
        <mxCell id="FgAdxiRBUQnmOL_wIOqZ-31" parent="FgAdxiRBUQnmOL_wIOqZ-28" style="text;html=1;align=center;verticalAlign=middle;whiteSpace=wrap;rounded=0;" value="&lt;font style=&quot;font-size: 10px;&quot;&gt;ya&lt;/font&gt;" vertex="1">
          <mxGeometry height="30" width="60" x="130" y="640" as="geometry" />
        </mxCell>
        <mxCell id="FgAdxiRBUQnmOL_wIOqZ-32" parent="FgAdxiRBUQnmOL_wIOqZ-3" style="swimlane;html=1;startSize=20;" value="Staff Purchasing" vertex="1">
          <mxGeometry height="810" width="200" x="490" y="20" as="geometry">
            <mxRectangle height="810" width="40" x="490" y="20" as="alternateBounds" />
          </mxGeometry>
        </mxCell>
        <mxCell id="FgAdxiRBUQnmOL_wIOqZ-33" edge="1" parent="FgAdxiRBUQnmOL_wIOqZ-32" source="FgAdxiRBUQnmOL_wIOqZ-34" style="edgeStyle=orthogonalEdgeStyle;rounded=0;orthogonalLoop=1;jettySize=auto;html=1;" target="FgAdxiRBUQnmOL_wIOqZ-35" value="">
          <mxGeometry relative="1" as="geometry" />
        </mxCell>
        <mxCell id="FgAdxiRBUQnmOL_wIOqZ-34" parent="FgAdxiRBUQnmOL_wIOqZ-32" style="shape=document;whiteSpace=wrap;html=1;boundedLbl=1;" value="PR" vertex="1">
          <mxGeometry height="60" width="100" x="50" y="640" as="geometry" />
        </mxCell>
        <mxCell id="FgAdxiRBUQnmOL_wIOqZ-35" parent="FgAdxiRBUQnmOL_wIOqZ-32" style="strokeWidth=1;html=1;shape=mxgraph.flowchart.terminator;whiteSpace=wrap;fontSize=10;align=center;horizontal=1;spacing=0;" value="end" vertex="1">
          <mxGeometry height="50" width="80" x="60" y="730" as="geometry" />
        </mxCell>
        <mxCell id="FgAdxiRBUQnmOL_wIOqZ-36" edge="1" parent="FgAdxiRBUQnmOL_wIOqZ-3" source="FgAdxiRBUQnmOL_wIOqZ-16" style="edgeStyle=orthogonalEdgeStyle;rounded=0;orthogonalLoop=1;jettySize=auto;html=1;" target="FgAdxiRBUQnmOL_wIOqZ-29">
          <mxGeometry relative="1" as="geometry" />
        </mxCell>
        <mxCell id="FgAdxiRBUQnmOL_wIOqZ-37" edge="1" parent="FgAdxiRBUQnmOL_wIOqZ-3" source="FgAdxiRBUQnmOL_wIOqZ-29" style="edgeStyle=orthogonalEdgeStyle;rounded=0;orthogonalLoop=1;jettySize=auto;html=1;" target="FgAdxiRBUQnmOL_wIOqZ-34" value="">
          <mxGeometry relative="1" as="geometry" />
        </mxCell>
        <mxCell id="FgAdxiRBUQnmOL_wIOqZ-38" edge="1" parent="FgAdxiRBUQnmOL_wIOqZ-3" source="FgAdxiRBUQnmOL_wIOqZ-29" style="edgeStyle=orthogonalEdgeStyle;rounded=0;orthogonalLoop=1;jettySize=auto;html=1;" target="FgAdxiRBUQnmOL_wIOqZ-18">
          <mxGeometry relative="1" as="geometry">
            <Array as="points" />
            <mxPoint x="100" y="690" as="targetPoint" />
          </mxGeometry>
        </mxCell>
        <mxCell id="FgAdxiRBUQnmOL_wIOqZ-39" edge="1" parent="FgAdxiRBUQnmOL_wIOqZ-3" source="FgAdxiRBUQnmOL_wIOqZ-21" style="edgeStyle=orthogonalEdgeStyle;rounded=0;orthogonalLoop=1;jettySize=auto;html=1;jumpStyle=arc;" target="FgAdxiRBUQnmOL_wIOqZ-35">
          <mxGeometry relative="1" as="geometry">
            <Array as="points">
              <mxPoint x="210" y="780" />
            </Array>
          </mxGeometry>
        </mxCell>
      </root>
    </mxGraphModel>
  </diagram>
</mxfile>
